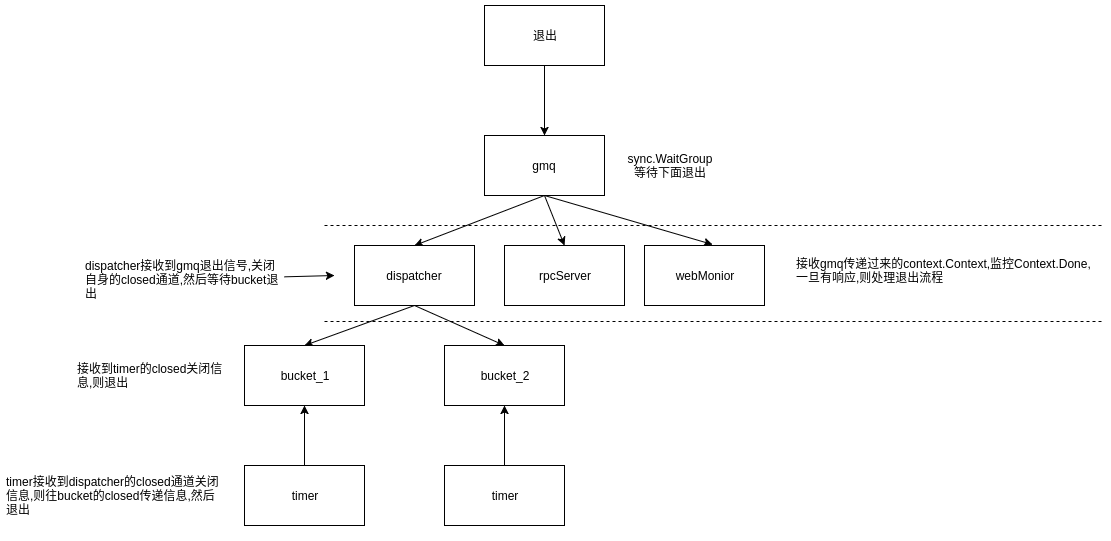
Before: images/project/gmq安全退出.png, a diagram exported from draw.io (wuzhc/zcnote). Source tidied: cells renumbered, new cells last; positions are measured from the earlier drawing's top-left corner, leaving out a move shared by most shapes. The source it was exported from:
```xml
<mxGraphModel>
  <root>
    <mxCell id="0" />
    <mxCell id="1" parent="0" />
    <mxCell id="2" style="edgeStyle=none;rounded=0;jettySize=auto;html=1;exitX=0.5;exitY=1;exitDx=0;exitDy=0;entryX=0.5;entryY=0;entryDx=0;entryDy=0;" parent="1" edge="1" source="5" target="8">
      <mxGeometry relative="1" as="geometry" />
    </mxCell>
    <mxCell id="3" style="edgeStyle=none;rounded=0;jettySize=auto;html=1;exitX=0.5;exitY=1;exitDx=0;exitDy=0;entryX=0.5;entryY=0;entryDx=0;entryDy=0;" parent="1" edge="1" source="5" target="9">
      <mxGeometry relative="1" as="geometry" />
    </mxCell>
    <mxCell id="4" style="edgeStyle=none;rounded=0;jettySize=auto;html=1;exitX=0.5;exitY=1;exitDx=0;exitDy=0;entryX=0.567;entryY=-0.017;entryDx=0;entryDy=0;entryPerimeter=0;" parent="1" edge="1" source="5" target="10">
      <mxGeometry relative="1" as="geometry" />
    </mxCell>
    <mxCell id="5" value="gmq" style="rounded=0;whiteSpace=wrap;html=1;" parent="1" vertex="1">
      <mxGeometry x="479" y="130" width="120" height="60" as="geometry" />
    </mxCell>
    <mxCell id="6" style="edgeStyle=none;rounded=0;jettySize=auto;html=1;exitX=0.5;exitY=1;exitDx=0;exitDy=0;entryX=0.5;entryY=0;entryDx=0;entryDy=0;" parent="1" edge="1" source="8" target="14">
      <mxGeometry relative="1" as="geometry" />
    </mxCell>
    <mxCell id="7" style="edgeStyle=none;rounded=0;jettySize=auto;html=1;exitX=0.5;exitY=1;exitDx=0;exitDy=0;entryX=0.5;entryY=0;entryDx=0;entryDy=0;" parent="1" edge="1" source="8" target="15">
      <mxGeometry relative="1" as="geometry" />
    </mxCell>
    <mxCell id="8" value="dispatcher&lt;br&gt;" style="rounded=0;whiteSpace=wrap;html=1;" parent="1" vertex="1">
      <mxGeometry x="349" y="240" width="120" height="60" as="geometry" />
    </mxCell>
    <mxCell id="9" value="rpcServer" style="rounded=0;whiteSpace=wrap;html=1;" parent="1" vertex="1">
      <mxGeometry x="499" y="240" width="120" height="60" as="geometry" />
    </mxCell>
    <mxCell id="10" value="webMonior" style="rounded=0;whiteSpace=wrap;html=1;" parent="1" vertex="1">
      <mxGeometry x="639" y="240" width="120" height="60" as="geometry" />
    </mxCell>
    <mxCell id="11" style="edgeStyle=orthogonalEdgeStyle;rounded=0;jettySize=auto;html=1;" parent="1" edge="1" source="12" target="5">
      <mxGeometry relative="1" as="geometry" />
    </mxCell>
    <mxCell id="12" value="退出" style="rounded=0;whiteSpace=wrap;html=1;" parent="1" vertex="1">
      <mxGeometry x="479" width="120" height="60" as="geometry" />
    </mxCell>
    <mxCell id="13" value="sync.WaitGroup&lt;br&gt;等待下面退出&lt;br&gt;" style="text;html=1;strokeColor=none;fillColor=none;align=center;verticalAlign=middle;whiteSpace=wrap;rounded=0;" parent="1" vertex="1">
      <mxGeometry x="599" y="130" width="130" height="60" as="geometry" />
    </mxCell>
    <mxCell id="14" value="bucket_1" style="rounded=0;whiteSpace=wrap;html=1;" parent="1" vertex="1">
      <mxGeometry x="239" y="340" width="120" height="60" as="geometry" />
    </mxCell>
    <mxCell id="15" value="bucket_2" style="rounded=0;whiteSpace=wrap;html=1;" parent="1" vertex="1">
      <mxGeometry x="439" y="340" width="120" height="60" as="geometry" />
    </mxCell>
    <mxCell id="16" style="edgeStyle=none;rounded=0;jettySize=auto;html=1;exitX=0.5;exitY=0;exitDx=0;exitDy=0;entryX=0.5;entryY=1;entryDx=0;entryDy=0;" parent="1" edge="1" source="17" target="14">
      <mxGeometry relative="1" as="geometry" />
    </mxCell>
    <mxCell id="17" value="timer" style="rounded=0;whiteSpace=wrap;html=1;" parent="1" vertex="1">
      <mxGeometry x="239" y="460" width="120" height="60" as="geometry" />
    </mxCell>
    <mxCell id="18" style="edgeStyle=none;rounded=0;jettySize=auto;html=1;exitX=0.5;exitY=0;exitDx=0;exitDy=0;" parent="1" edge="1" source="19" target="15">
      <mxGeometry relative="1" as="geometry" />
    </mxCell>
    <mxCell id="19" value="timer" style="rounded=0;whiteSpace=wrap;html=1;" parent="1" vertex="1">
      <mxGeometry x="439" y="460" width="120" height="60" as="geometry" />
    </mxCell>
    <mxCell id="20" value="接收到timer的closed关闭信息,则退出" style="text;html=1;strokeColor=none;fillColor=none;align=left;verticalAlign=middle;whiteSpace=wrap;rounded=0;" parent="1" vertex="1">
      <mxGeometry x="70" y="345" width="150" height="50" as="geometry" />
    </mxCell>
    <mxCell id="21" style="edgeStyle=none;rounded=0;jettySize=auto;html=1;" parent="1" edge="1" source="22">
      <mxGeometry relative="1" as="geometry">
        <mxPoint x="329" y="270" as="targetPoint" />
      </mxGeometry>
    </mxCell>
    <mxCell id="22" value="&lt;div style=&quot;text-align: left&quot;&gt;&lt;span&gt;dispatcher接收到gmq退出信号,关闭自身的closed通道,然后等待bucket退出&lt;/span&gt;&lt;/div&gt;" style="text;html=1;strokeColor=none;fillColor=none;align=center;verticalAlign=middle;whiteSpace=wrap;rounded=0;" parent="1" vertex="1">
      <mxGeometry x="79" y="244" width="200" height="60" as="geometry" />
    </mxCell>
    <mxCell id="23" value="接收gmq传递过来的context.Context,监控Context.Done,&lt;br&gt;一旦有响应,则处理退出流程&lt;br&gt;" style="text;html=1;" parent="1" vertex="1">
      <mxGeometry x="789" y="245" width="290" height="70" as="geometry" />
    </mxCell>
    <mxCell id="24" style="endArrow=none;dashed=1;html=1;" parent="1" edge="1">
      <mxGeometry relative="1" as="geometry">
        <mxPoint x="319" y="220" as="sourcePoint" />
        <mxPoint x="1099" y="220" as="targetPoint" />
      </mxGeometry>
    </mxCell>
    <mxCell id="25" style="endArrow=none;dashed=1;html=1;" parent="1" edge="1">
      <mxGeometry relative="1" as="geometry">
        <mxPoint x="319" y="316" as="sourcePoint" />
        <mxPoint x="1099" y="316" as="targetPoint" />
      </mxGeometry>
    </mxCell>
    <mxCell id="26" value="&lt;div style=&quot;text-align: left&quot;&gt;&lt;span&gt;timer接收到dispatcher的closed通道关闭信息,则往bucket的closed传递信息,然后退出&lt;/span&gt;&lt;/div&gt;" style="text;html=1;strokeColor=none;fillColor=none;align=center;verticalAlign=middle;whiteSpace=wrap;rounded=0;" parent="1" vertex="1">
      <mxGeometry y="450" width="220" height="80" as="geometry" />
    </mxCell>
  </root>
</mxGraphModel>
```
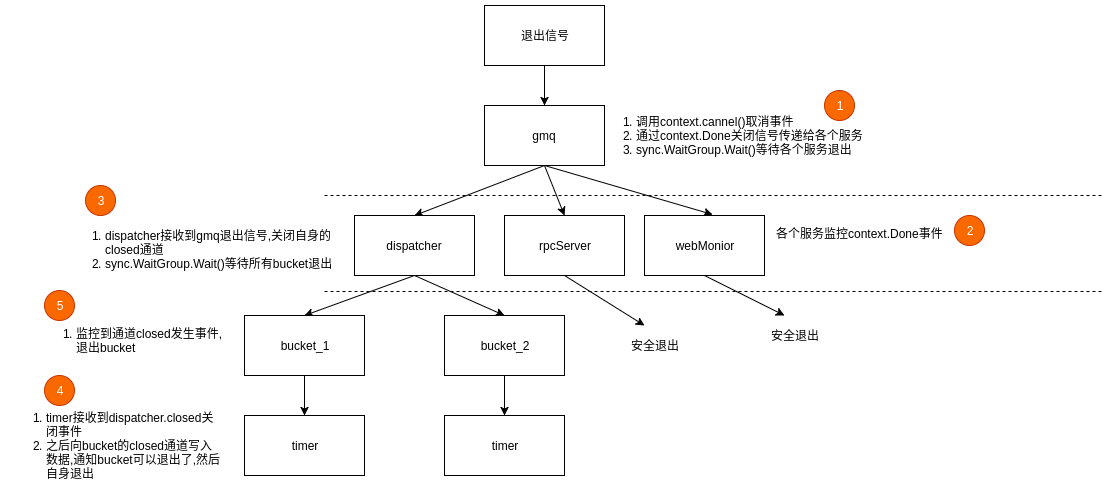
After the change.

Change to the diagram source:
```diff
@@ -23,52 +23,57 @@
     <mxCell id="8" value="dispatcher&lt;br&gt;" style="rounded=0;whiteSpace=wrap;html=1;" parent="1" vertex="1">
       <mxGeometry x="349" y="240" width="120" height="60" as="geometry" />
     </mxCell>
+    <mxCell id="27" style="edgeStyle=none;rounded=0;jettySize=auto;html=1;exitX=0.5;exitY=1;exitDx=0;exitDy=0;" parent="1" edge="1" source="9">
+      <mxGeometry relative="1" as="geometry">
+        <mxPoint x="639" y="350" as="targetPoint" />
+      </mxGeometry>
+    </mxCell>
     <mxCell id="9" value="rpcServer" style="rounded=0;whiteSpace=wrap;html=1;" parent="1" vertex="1">
       <mxGeometry x="499" y="240" width="120" height="60" as="geometry" />
     </mxCell>
+    <mxCell id="28" style="edgeStyle=none;rounded=0;jettySize=auto;html=1;exitX=0.5;exitY=1;exitDx=0;exitDy=0;" parent="1" edge="1" source="10">
+      <mxGeometry relative="1" as="geometry">
+        <mxPoint x="779" y="340" as="targetPoint" />
+      </mxGeometry>
+    </mxCell>
     <mxCell id="10" value="webMonior" style="rounded=0;whiteSpace=wrap;html=1;" parent="1" vertex="1">
       <mxGeometry x="639" y="240" width="120" height="60" as="geometry" />
     </mxCell>
     <mxCell id="11" style="edgeStyle=orthogonalEdgeStyle;rounded=0;jettySize=auto;html=1;" parent="1" edge="1" source="12" target="5">
       <mxGeometry relative="1" as="geometry" />
     </mxCell>
-    <mxCell id="12" value="退出" style="rounded=0;whiteSpace=wrap;html=1;" parent="1" vertex="1">
-      <mxGeometry x="479" width="120" height="60" as="geometry" />
+    <mxCell id="12" value="退出信号" style="rounded=0;whiteSpace=wrap;html=1;" parent="1" vertex="1">
+      <mxGeometry x="479" y="30" width="120" height="60" as="geometry" />
     </mxCell>
-    <mxCell id="13" value="sync.WaitGroup&lt;br&gt;等待下面退出&lt;br&gt;" style="text;html=1;strokeColor=none;fillColor=none;align=center;verticalAlign=middle;whiteSpace=wrap;rounded=0;" parent="1" vertex="1">
-      <mxGeometry x="599" y="130" width="130" height="60" as="geometry" />
+    <mxCell id="13" value="&lt;ol&gt;&lt;li&gt;调用context.cannel()取消事件&lt;br&gt;&lt;/li&gt;&lt;li&gt;通过context.Done关闭信号传递给各个服务&lt;br&gt;&lt;/li&gt;&lt;li&gt;sync.WaitGroup.Wait()等待各个服务退出&lt;br&gt;&lt;/li&gt;&lt;/ol&gt;" style="text;html=1;strokeColor=none;fillColor=none;align=left;verticalAlign=middle;whiteSpace=wrap;rounded=0;" parent="1" vertex="1">
+      <mxGeometry x="589" y="130" width="290" height="60" as="geometry" />
     </mxCell>
+    <mxCell id="29" style="edgeStyle=none;rounded=0;jettySize=auto;html=1;exitX=0.5;exitY=1;exitDx=0;exitDy=0;entryX=0.5;entryY=0;entryDx=0;entryDy=0;" parent="1" edge="1" source="14" target="17">
+      <mxGeometry relative="1" as="geometry" />
+    </mxCell>
     <mxCell id="14" value="bucket_1" style="rounded=0;whiteSpace=wrap;html=1;" parent="1" vertex="1">
       <mxGeometry x="239" y="340" width="120" height="60" as="geometry" />
     </mxCell>
+    <mxCell id="30" style="edgeStyle=none;rounded=0;jettySize=auto;html=1;exitX=0.5;exitY=1;exitDx=0;exitDy=0;entryX=0.5;entryY=0;entryDx=0;entryDy=0;" parent="1" edge="1" source="15" target="19">
+      <mxGeometry relative="1" as="geometry" />
+    </mxCell>
     <mxCell id="15" value="bucket_2" style="rounded=0;whiteSpace=wrap;html=1;" parent="1" vertex="1">
       <mxGeometry x="439" y="340" width="120" height="60" as="geometry" />
     </mxCell>
-    <mxCell id="16" style="edgeStyle=none;rounded=0;jettySize=auto;html=1;exitX=0.5;exitY=0;exitDx=0;exitDy=0;entryX=0.5;entryY=1;entryDx=0;entryDy=0;" parent="1" edge="1" source="17" target="14">
-      <mxGeometry relative="1" as="geometry" />
-    </mxCell>
     <mxCell id="17" value="timer" style="rounded=0;whiteSpace=wrap;html=1;" parent="1" vertex="1">
-      <mxGeometry x="239" y="460" width="120" height="60" as="geometry" />
+      <mxGeometry x="239" y="440" width="120" height="60" as="geometry" />
     </mxCell>
-    <mxCell id="18" style="edgeStyle=none;rounded=0;jettySize=auto;html=1;exitX=0.5;exitY=0;exitDx=0;exitDy=0;" parent="1" edge="1" source="19" target="15">
-      <mxGeometry relative="1" as="geometry" />
-    </mxCell>
     <mxCell id="19" value="timer" style="rounded=0;whiteSpace=wrap;html=1;" parent="1" vertex="1">
-      <mxGeometry x="439" y="460" width="120" height="60" as="geometry" />
+      <mxGeometry x="439" y="440" width="120" height="60" as="geometry" />
     </mxCell>
-    <mxCell id="20" value="接收到timer的closed关闭信息,则退出" style="text;html=1;strokeColor=none;fillColor=none;align=left;verticalAlign=middle;whiteSpace=wrap;rounded=0;" parent="1" vertex="1">
-      <mxGeometry x="70" y="345" width="150" height="50" as="geometry" />
+    <mxCell id="20" value="&lt;ol&gt;&lt;li&gt;监控到通道closed发生事件,退出bucket&lt;br&gt;&lt;/li&gt;&lt;/ol&gt;" style="text;html=1;strokeColor=none;fillColor=none;align=left;verticalAlign=middle;whiteSpace=wrap;rounded=0;" parent="1" vertex="1">
+      <mxGeometry x="29" y="340" width="191" height="50" as="geometry" />
     </mxCell>
-    <mxCell id="21" style="edgeStyle=none;rounded=0;jettySize=auto;html=1;" parent="1" edge="1" source="22">
-      <mxGeometry relative="1" as="geometry">
-        <mxPoint x="329" y="270" as="targetPoint" />
-      </mxGeometry>
-    </mxCell>
-    <mxCell id="22" value="&lt;div style=&quot;text-align: left&quot;&gt;&lt;span&gt;dispatcher接收到gmq退出信号,关闭自身的closed通道,然后等待bucket退出&lt;/span&gt;&lt;/div&gt;" style="text;html=1;strokeColor=none;fillColor=none;align=center;verticalAlign=middle;whiteSpace=wrap;rounded=0;" parent="1" vertex="1">
-      <mxGeometry x="79" y="244" width="200" height="60" as="geometry" />
+    <mxCell id="22" value="&lt;div style=&quot;text-align: left&quot;&gt;&lt;ol&gt;&lt;li&gt;dispatcher接收到gmq退出信号,关闭自身的closed通道&lt;br&gt;&lt;/li&gt;&lt;li&gt;sync.WaitGroup.Wait()等待所有bucket退出&lt;br&gt;&lt;/li&gt;&lt;/ol&gt;&lt;/div&gt;" style="text;html=1;strokeColor=none;fillColor=none;align=center;verticalAlign=middle;whiteSpace=wrap;rounded=0;" parent="1" vertex="1">
+      <mxGeometry x="59" y="244" width="300" height="60" as="geometry" />
     </mxCell>
-    <mxCell id="23" value="接收gmq传递过来的context.Context,监控Context.Done,&lt;br&gt;一旦有响应,则处理退出流程&lt;br&gt;" style="text;html=1;" parent="1" vertex="1">
-      <mxGeometry x="789" y="245" width="290" height="70" as="geometry" />
+    <mxCell id="23" value="各个服务监控context.Done事件" style="text;html=1;" parent="1" vertex="1">
+      <mxGeometry x="769" y="245" width="290" height="70" as="geometry" />
     </mxCell>
     <mxCell id="24" style="endArrow=none;dashed=1;html=1;" parent="1" edge="1">
       <mxGeometry relative="1" as="geometry">
@@ -82,8 +87,29 @@
         <mxPoint x="1099" y="316" as="targetPoint" />
       </mxGeometry>
     </mxCell>
-    <mxCell id="26" value="&lt;div style=&quot;text-align: left&quot;&gt;&lt;span&gt;timer接收到dispatcher的closed通道关闭信息,则往bucket的closed传递信息,然后退出&lt;/span&gt;&lt;/div&gt;" style="text;html=1;strokeColor=none;fillColor=none;align=center;verticalAlign=middle;whiteSpace=wrap;rounded=0;" parent="1" vertex="1">
-      <mxGeometry y="450" width="220" height="80" as="geometry" />
+    <mxCell id="26" value="&lt;div style=&quot;text-align: left&quot;&gt;&lt;ol&gt;&lt;li&gt;timer接收到dispatcher.closed关闭事件&lt;br&gt;&lt;/li&gt;&lt;li&gt;之后向bucket的closed通道写入数据,通知bucket可以退出了,然后自身退出&lt;br&gt;&lt;/li&gt;&lt;/ol&gt;&lt;/div&gt;" style="text;html=1;strokeColor=none;fillColor=none;align=center;verticalAlign=middle;whiteSpace=wrap;rounded=0;" parent="1" vertex="1">
+      <mxGeometry y="430" width="220" height="80" as="geometry" />
     </mxCell>
+    <mxCell id="31" value="&lt;div style=&quot;text-align: right&quot;&gt;1&lt;/div&gt;" style="ellipse;whiteSpace=wrap;html=1;align=center;fillColor=#fa6800;strokeColor=#C73500;fontColor=#ffffff;" parent="1" vertex="1">
+      <mxGeometry x="819" y="115" width="30" height="30" as="geometry" />
+    </mxCell>
+    <mxCell id="32" value="&lt;div style=&quot;text-align: right&quot;&gt;2&lt;/div&gt;" style="ellipse;whiteSpace=wrap;html=1;align=center;fillColor=#fa6800;strokeColor=#C73500;fontColor=#ffffff;" parent="1" vertex="1">
+      <mxGeometry x="949" y="240" width="30" height="30" as="geometry" />
+    </mxCell>
+    <mxCell id="33" value="&lt;div style=&quot;text-align: right&quot;&gt;3&lt;/div&gt;" style="ellipse;whiteSpace=wrap;html=1;align=center;fillColor=#fa6800;strokeColor=#C73500;fontColor=#ffffff;" parent="1" vertex="1">
+      <mxGeometry x="80" y="210" width="30" height="30" as="geometry" />
+    </mxCell>
+    <mxCell id="34" value="&lt;div style=&quot;text-align: right&quot;&gt;4&lt;/div&gt;" style="ellipse;whiteSpace=wrap;html=1;align=center;fillColor=#fa6800;strokeColor=#C73500;fontColor=#ffffff;" parent="1" vertex="1">
+      <mxGeometry x="39" y="400" width="30" height="30" as="geometry" />
+    </mxCell>
+    <mxCell id="35" value="&lt;div style=&quot;text-align: right&quot;&gt;5&lt;/div&gt;" style="ellipse;whiteSpace=wrap;html=1;align=center;fillColor=#fa6800;strokeColor=#C73500;fontColor=#ffffff;" parent="1" vertex="1">
+      <mxGeometry x="39" y="315" width="30" height="30" as="geometry" />
+    </mxCell>
+    <mxCell id="36" value="安全退出" style="text;html=1;strokeColor=none;fillColor=none;align=center;verticalAlign=middle;whiteSpace=wrap;rounded=0;" parent="1" vertex="1">
+      <mxGeometry x="619" y="360" width="60" height="20" as="geometry" />
+    </mxCell>
+    <mxCell id="37" value="安全退出" style="text;html=1;strokeColor=none;fillColor=none;align=center;verticalAlign=middle;whiteSpace=wrap;rounded=0;" parent="1" vertex="1">
+      <mxGeometry x="759" y="350" width="60" height="20" as="geometry" />
+    </mxCell>
   </root>
 </mxGraphModel>
```
